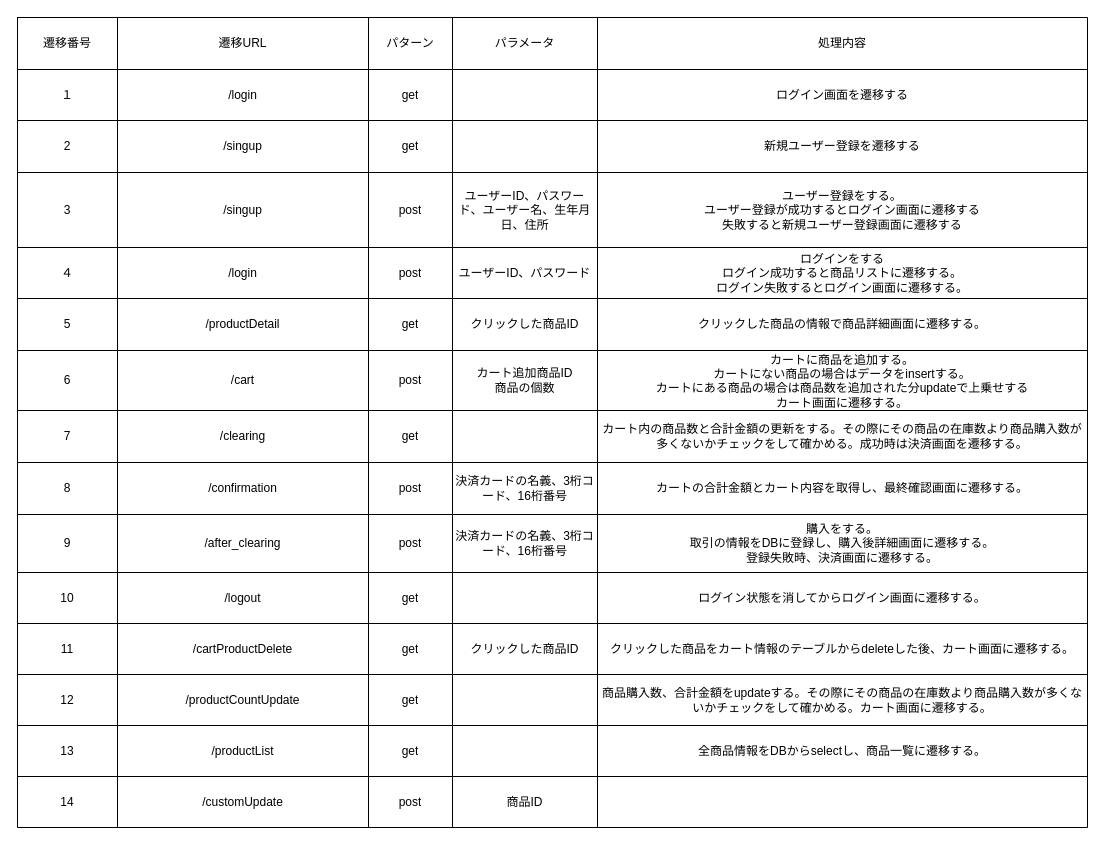
YumaMaruyama/ITworksTRYshopping keeps this draw.io diagram as page "画面遷移図詳細" (23 of 33) of src/main/resources/templates/shopping/Untitled Diagram.drawio. Above is the earlier version. Source tidied: cells renumbered, new cells numbered last; positions are measured from the earlier drawing's top-left corner, leaving out a move shared by most shapes. Both pictures are drawn from the tidied source at 100%, with x=0, y=0 at pixel (17, 17).
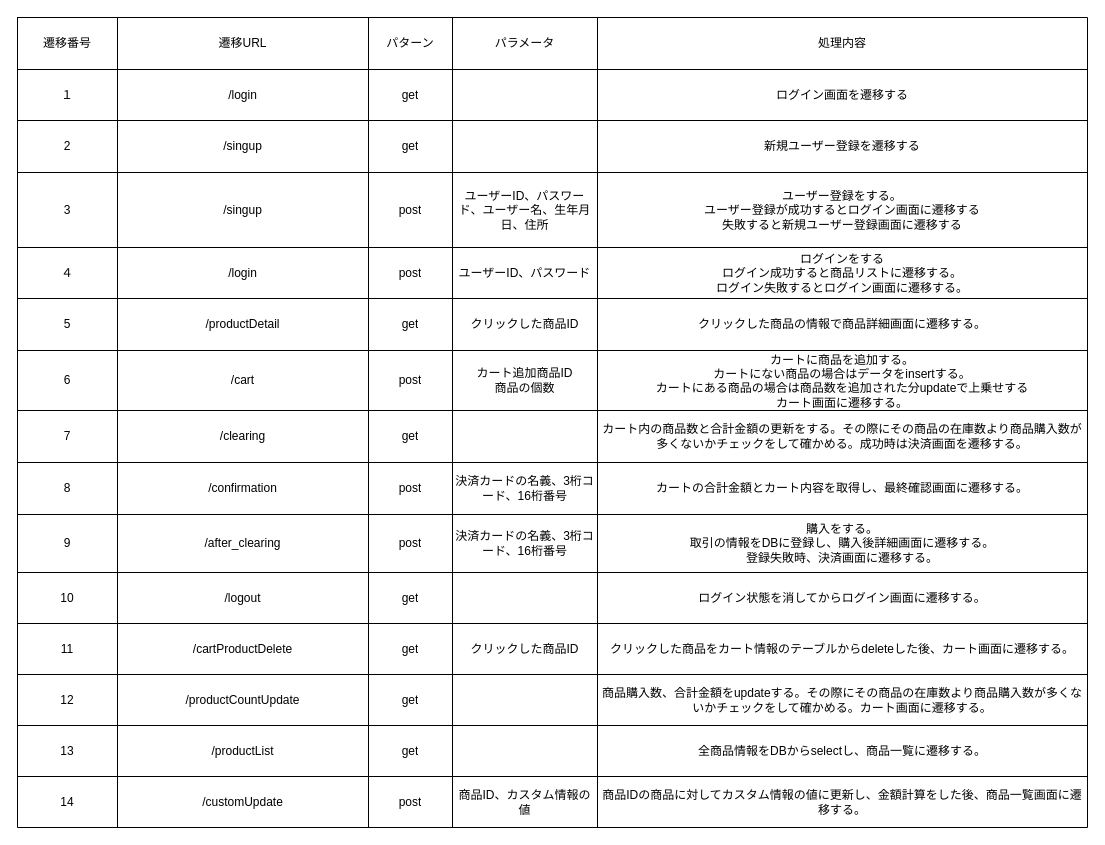
The same diagram, later.

The change refers to these unchanged cells:
```xml
<mxCell id="87" style="shape=partialRectangle;fillColor=none;top=0;left=0;bottom=0;right=0;" parent="2" vertex="1">
  <mxGeometry y="759" width="1070" height="51" as="geometry" />
</mxCell>
```

Change to the diagram source:
```diff
@@
-    <mxCell id="91" value="商品ID" style="shape=partialRectangle;html=1;whiteSpace=wrap;overflow=hidden;fillColor=none;top=0;left=0;bottom=0;right=0;" parent="87" vertex="1">
+    <mxCell id="91" value="商品ID、カスタム情報の値" style="shape=partialRectangle;html=1;whiteSpace=wrap;overflow=hidden;fillColor=none;top=0;left=0;bottom=0;right=0;" parent="87" vertex="1">
       <mxGeometry x="435" width="145" height="51" as="geometry" />
     </mxCell>
-    <mxCell id="92" style="shape=partialRectangle;html=1;whiteSpace=wrap;overflow=hidden;fillColor=none;top=0;left=0;bottom=0;right=0;" parent="87" vertex="1">
+    <mxCell id="92" value="商品IDの商品に対してカスタム情報の値に更新し、金額計算をした後、商品一覧画面に遷移する。" style="shape=partialRectangle;html=1;whiteSpace=wrap;overflow=hidden;fillColor=none;top=0;left=0;bottom=0;right=0;" parent="87" vertex="1">
       <mxGeometry x="580" width="490" height="51" as="geometry" />
     </mxCell>
```
